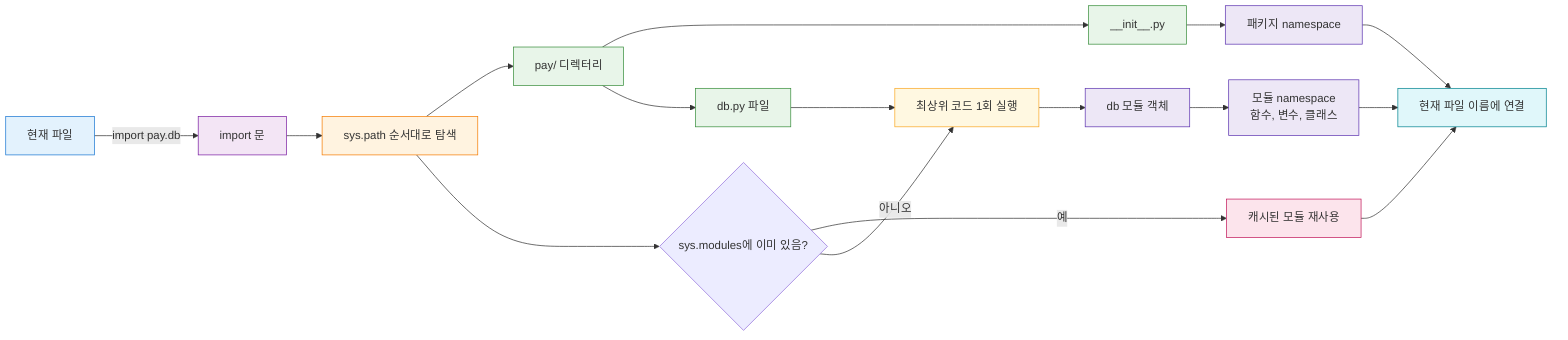
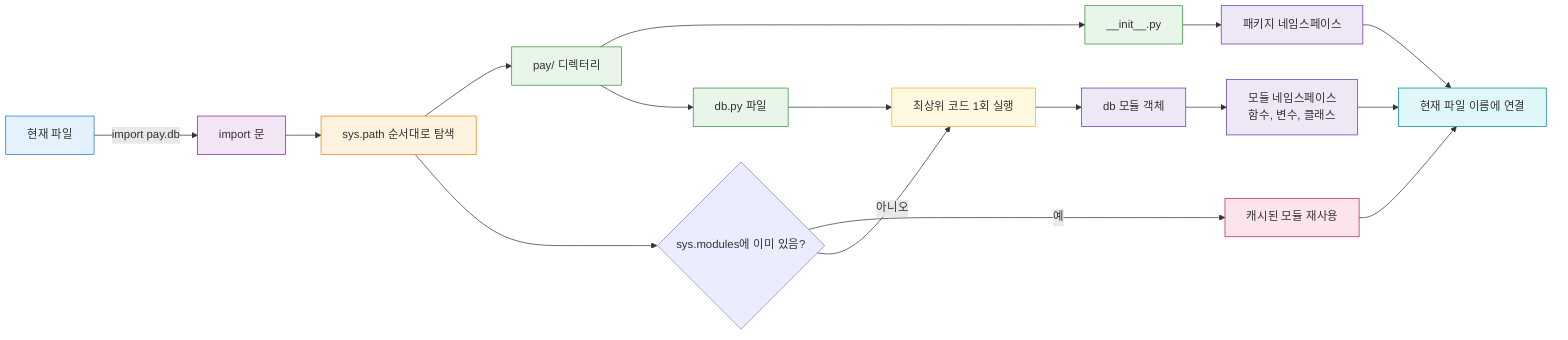
flowchart LR
    호출자["현재 파일"] -->|"import pay.db"| 임포트["import 문"]
    임포트 --> 탐색["sys.path 순서대로 탐색"]
    탐색 --> 패키지["pay/ 디렉터리"]
    패키지 --> 초기화["__init__.py"]
    패키지 --> 파일["db.py 파일"]

-     초기화 --> 패키지네임스페이스["패키지 namespace"]
+     초기화 --> 패키지네임스페이스["패키지 네임스페이스"]
    파일 --> 실행["최상위 코드 1회 실행"]
    실행 --> 모듈["db 모듈 객체"]
-     모듈 --> 모듈네임스페이스["모듈 namespace<br/>함수, 변수, 클래스"]
+     모듈 --> 모듈네임스페이스["모듈 네임스페이스<br/>함수, 변수, 클래스"]

    탐색 --> 캐시{"sys.modules에 이미 있음?"}
    캐시 -->|"예"| 재사용["캐시된 모듈 재사용"]
    캐시 -->|"아니오"| 실행
    재사용 --> 바인딩["현재 파일 이름에 연결"]
    모듈네임스페이스 --> 바인딩
    패키지네임스페이스 --> 바인딩

    style 호출자 fill:#e3f2fd,stroke:#1976d2
    style 임포트 fill:#f3e5f5,stroke:#7b1fa2
    style 탐색 fill:#fff3e0,stroke:#f57c00
    style 패키지 fill:#e8f5e9,stroke:#388e3c
    style 초기화 fill:#e8f5e9,stroke:#388e3c
    style 파일 fill:#e8f5e9,stroke:#388e3c
    style 실행 fill:#fff8e1,stroke:#f9a825
    style 모듈 fill:#ede7f6,stroke:#5e35b1
    style 모듈네임스페이스 fill:#ede7f6,stroke:#5e35b1
    style 패키지네임스페이스 fill:#ede7f6,stroke:#5e35b1
    style 재사용 fill:#fce4ec,stroke:#c2185b
    style 바인딩 fill:#e0f7fa,stroke:#00838f
